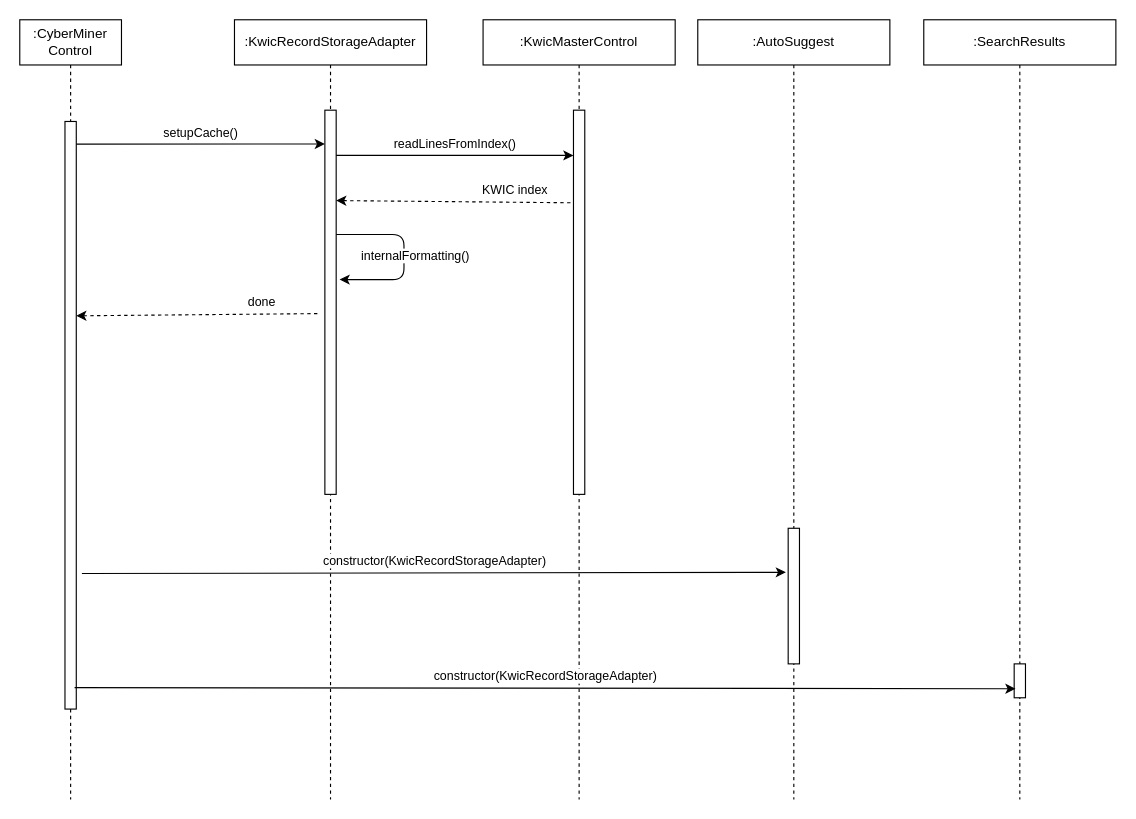
The draw.io diagram To-Do List Builder/cyberminer_sequence_load_cache.drawio in kntnguyen94/To-Do-List-Builder, before the edit. Source tidied: cells renumbered, new cells numbered last; positions are measured from the earlier drawing's top-left corner, leaving out a move shared by most shapes. Both pictures are drawn from the tidied source at 113%, with x=0, y=0 at pixel (19, 19).
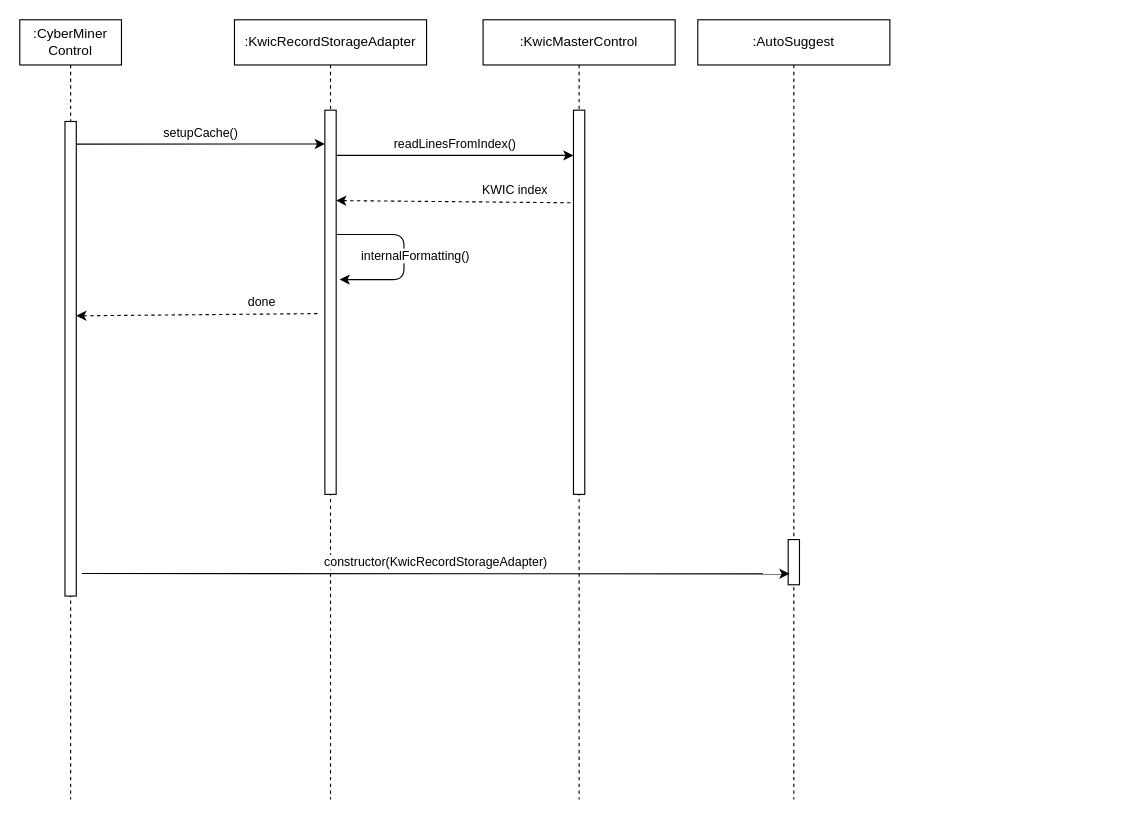
The same page after the edit.

Unchanged cells that the change refers to:
```xml
<mxCell id="2" value=":CyberMiner Control" style="shape=umlLifeline;perimeter=lifelinePerimeter;whiteSpace=wrap;html=1;" parent="1" vertex="1">
  <mxGeometry width="90" height="690" as="geometry" />
</mxCell>
<mxCell id="13" value=":AutoSuggest" style="shape=umlLifeline;perimeter=lifelinePerimeter;whiteSpace=wrap;html=1;" parent="1" vertex="1">
  <mxGeometry x="600" width="170" height="690" as="geometry" />
</mxCell>
```

Diff of the diagram source:
```diff
@@
     <mxCell id="3" style="html=1;perimeter=orthogonalPerimeter;" parent="2" vertex="1">
-      <mxGeometry x="40" y="90" width="10" height="520" as="geometry" />
+      <mxGeometry x="40" y="90" width="10" height="420" as="geometry" />
     </mxCell>
@@
     <mxCell id="14" style="html=1;points=[];perimeter=orthogonalPerimeter;" parent="13" vertex="1">
-      <mxGeometry x="80" y="450" width="10" height="120" as="geometry" />
+      <mxGeometry x="80" y="460" width="10" height="40" as="geometry" />
     </mxCell>
-    <mxCell id="15" value=":SearchResults" style="shape=umlLifeline;perimeter=lifelinePerimeter;whiteSpace=wrap;html=1;" parent="1" vertex="1">
-      <mxGeometry x="800" width="170" height="690" as="geometry" />
-    </mxCell>
-    <mxCell id="16" style="html=1;points=[];perimeter=orthogonalPerimeter;" parent="15" vertex="1">
-      <mxGeometry x="80" y="570" width="10" height="30" as="geometry" />
-    </mxCell>
-    <mxCell id="17" value="constructor(KwicRecordStorageAdapter)" style="endArrow=classic;html=1;entryX=-0.2;entryY=0.325;entryDx=0;entryDy=0;entryPerimeter=0;" parent="1" edge="1" target="14">
+    <mxCell id="17" value="constructor(KwicRecordStorageAdapter)" style="endArrow=classic;html=1;entryX=0.117;entryY=0.758;entryDx=0;entryDy=0;entryPerimeter=0;" parent="1" edge="1" target="14">
       <mxGeometry y="10" relative="1" as="geometry">
         <mxPoint x="55" y="490" as="sourcePoint" />
       </mxGeometry>
     </mxCell>
-    <mxCell id="18" value="constructor(KwicRecordStorageAdapter)" style="endArrow=classic;html=1;entryX=0.117;entryY=0.733;entryDx=0;entryDy=0;entryPerimeter=0;" parent="1" edge="1" target="16">
-      <mxGeometry y="10" relative="1" as="geometry">
-        <mxPoint x="48.5" y="591" as="sourcePoint" />
-      </mxGeometry>
-    </mxCell>
```
